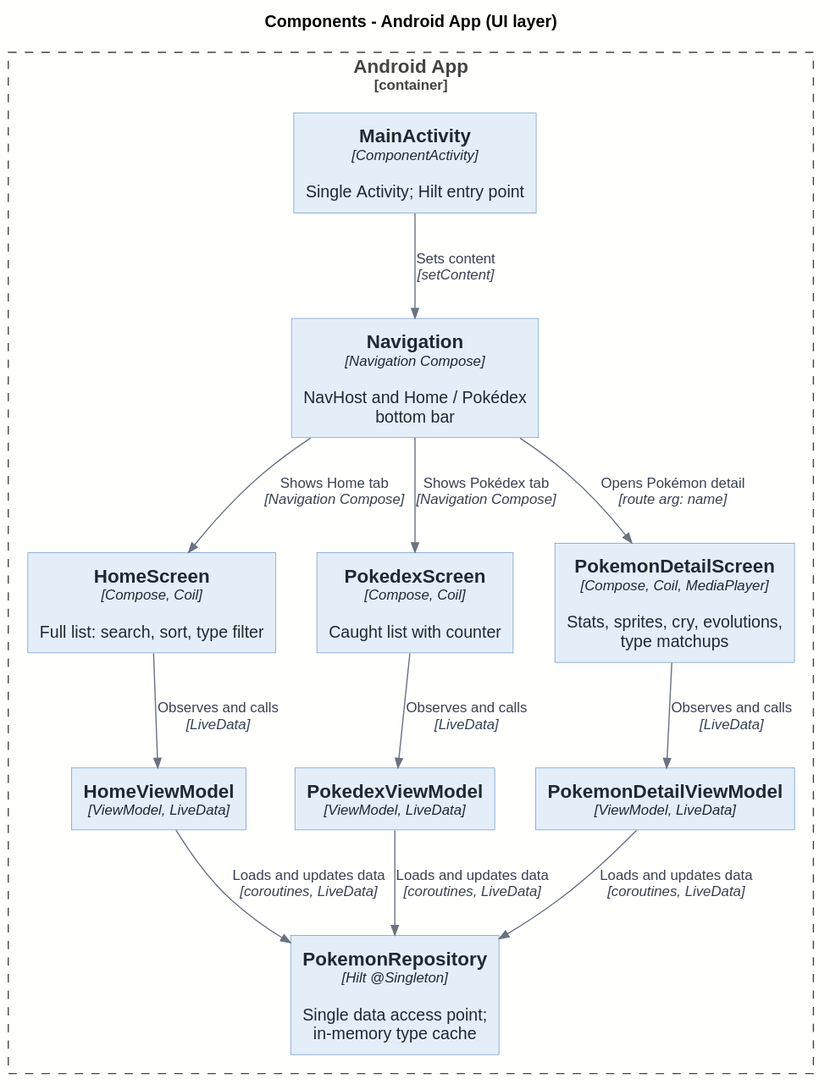
Earlier version of the PlantUML export docs/architecture/out/03-components-android-app-ui.svg (rodrigo4sousa/Pokedex).
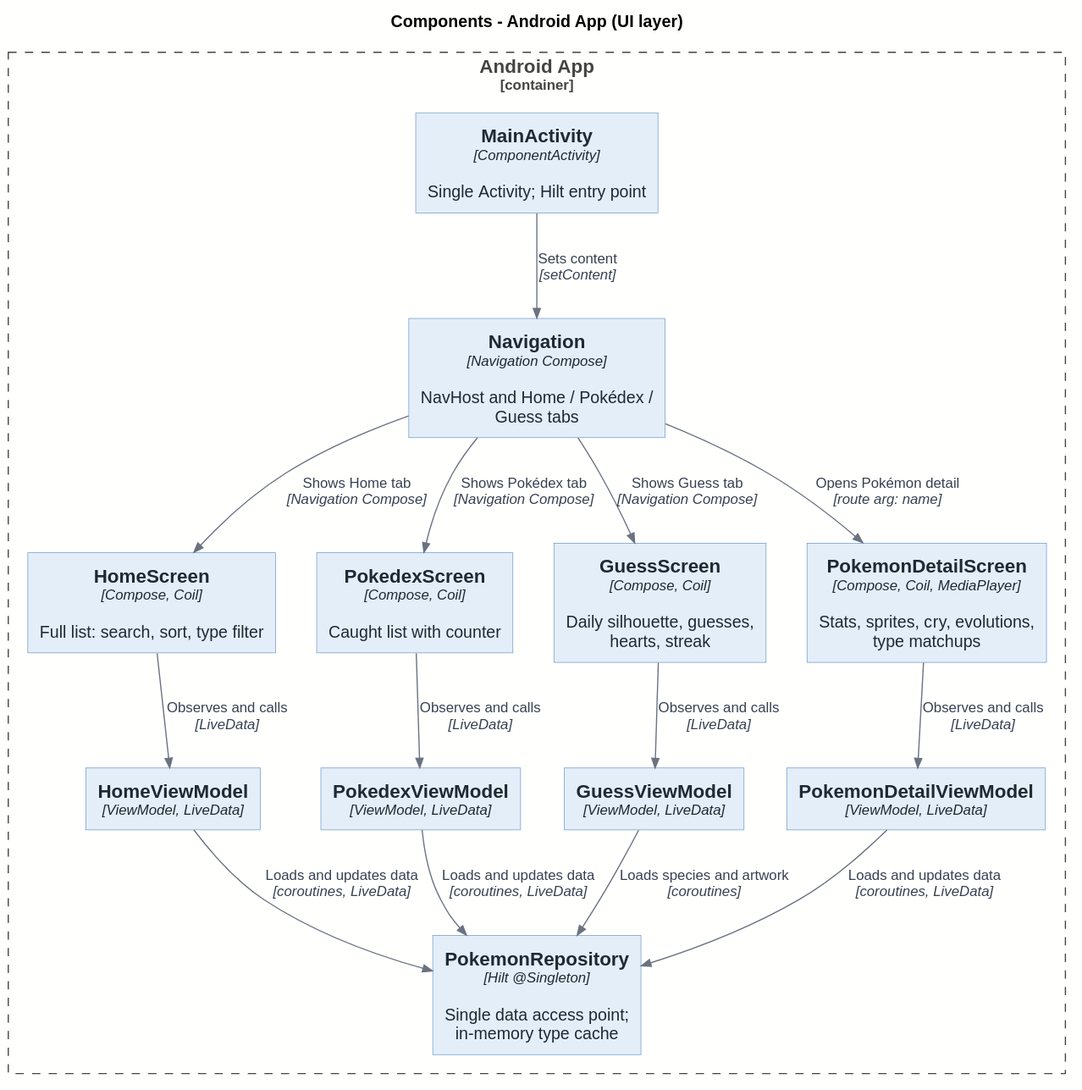
Above is the later version.

The edit, as a diff of the source:
```diff
@@ -8,14 +8,16 @@
 
 Container_Boundary(androidApp, "Android App") {
     Component(mainActivity, "MainActivity", "ComponentActivity", "Single Activity; Hilt entry point")
-    Component(navigation, "Navigation", "Navigation Compose", "NavHost and Home / Pokédex bottom bar")
+    Component(navigation, "Navigation", "Navigation Compose", "NavHost and Home / Pokédex / Guess tabs")
 
     Component(homeScreen, "HomeScreen", "Compose, Coil", "Full list: search, sort, type filter")
     Component(pokedexScreen, "PokedexScreen", "Compose, Coil", "Caught list with counter")
+    Component(guessScreen, "GuessScreen", "Compose, Coil", "Daily silhouette, guesses, hearts, streak")
     Component(detailScreen, "PokemonDetailScreen", "Compose, Coil, MediaPlayer", "Stats, sprites, cry, evolutions, type matchups")
 
     Component(homeVm, "HomeViewModel", "ViewModel, LiveData")
     Component(pokedexVm, "PokedexViewModel", "ViewModel, LiveData")
+    Component(guessVm, "GuessViewModel", "ViewModel, LiveData")
     Component(detailVm, "PokemonDetailViewModel", "ViewModel, LiveData")
 
     Component(repository, "PokemonRepository", "Hilt @Singleton", "Single data access point; in-memory type cache")
@@ -24,13 +26,16 @@
 Rel(mainActivity, navigation, $plain("Sets content"), "setContent")
 Rel(navigation, homeScreen, $plain("Shows Home tab"), "Navigation Compose")
 Rel(navigation, pokedexScreen, $plain("Shows Pokédex tab"), "Navigation Compose")
+Rel(navigation, guessScreen, $plain("Shows Guess tab"), "Navigation Compose")
 Rel(navigation, detailScreen, $plain("Opens Pokémon detail"), "route arg: name")
 
 Rel(homeScreen, homeVm, $plain("Observes and calls"), "LiveData")
 Rel(pokedexScreen, pokedexVm, $plain("Observes and calls"), "LiveData")
+Rel(guessScreen, guessVm, $plain("Observes and calls"), "LiveData")
 Rel(detailScreen, detailVm, $plain("Observes and calls"), "LiveData")
 
 Rel(homeVm, repository, $plain("Loads and updates data"), "coroutines, LiveData")
 Rel(pokedexVm, repository, $plain("Loads and updates data"), "coroutines, LiveData")
+Rel(guessVm, repository, $plain("Loads species and artwork"), "coroutines")
 Rel(detailVm, repository, $plain("Loads and updates data"), "coroutines, LiveData")
 @enduml
```
